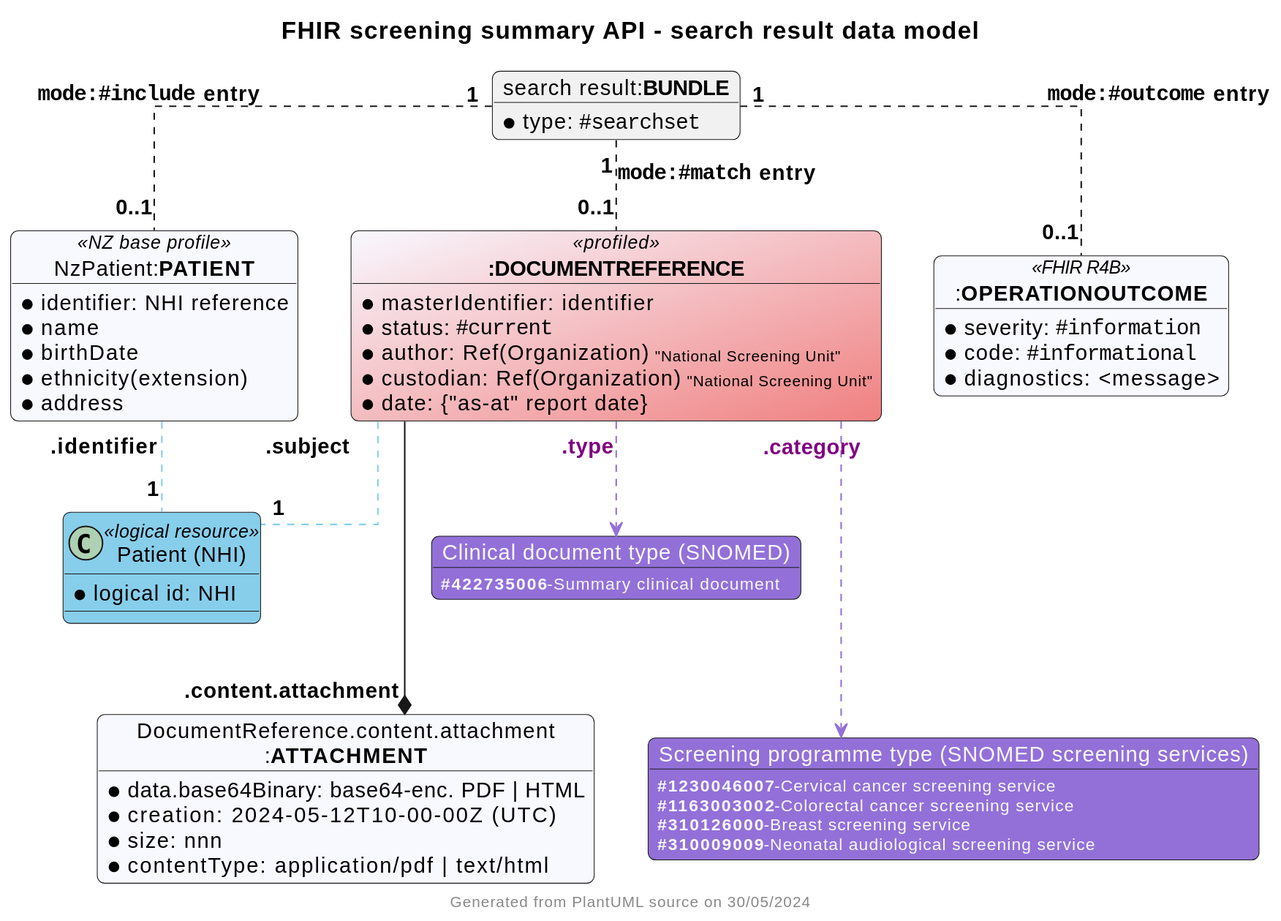
This is input/images/obj-FHIR-data-screening-summary.svg from tewhatuora/fhir-screening, a PlantUML export, as it was before one commit.
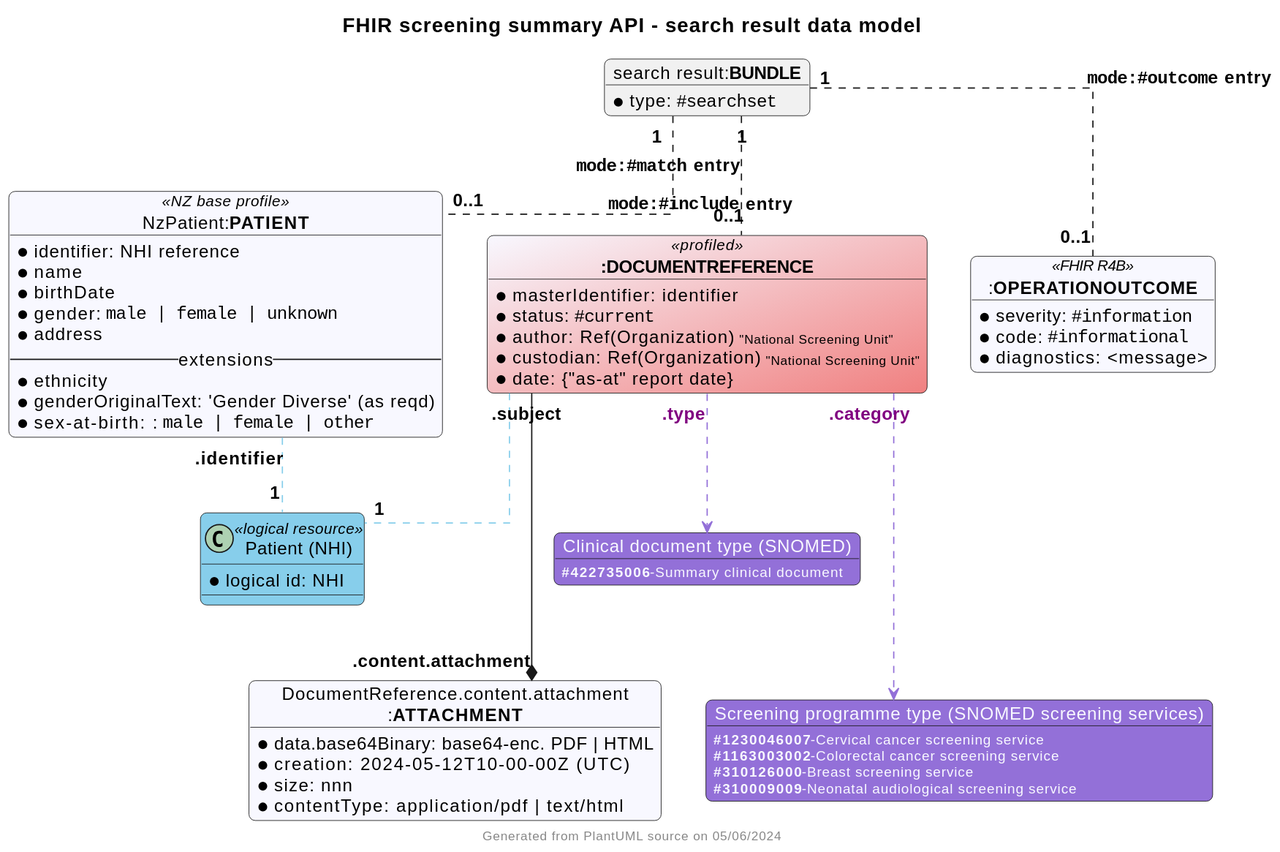
Above is the later version.

Commit message:
Expanded patient demographic data

What changed in the source:
```diff
@@ -45,8 +45,12 @@
     * identifier: NHI reference
     * name
     * birthDate
-    * ethnicity(extension)
+    * gender: ""male | female | unknown""
     * address
+    -- extensions --
+    * ethnicity
+    * genderOriginalText: 'Gender Diverse' (as reqd)
+    * sex-at-birth: : ""male | female | other""
 }
 
 object ":**OPERATIONOUTCOME**" as OPO <<FHIR R4B>> #GhostWhite {
```
